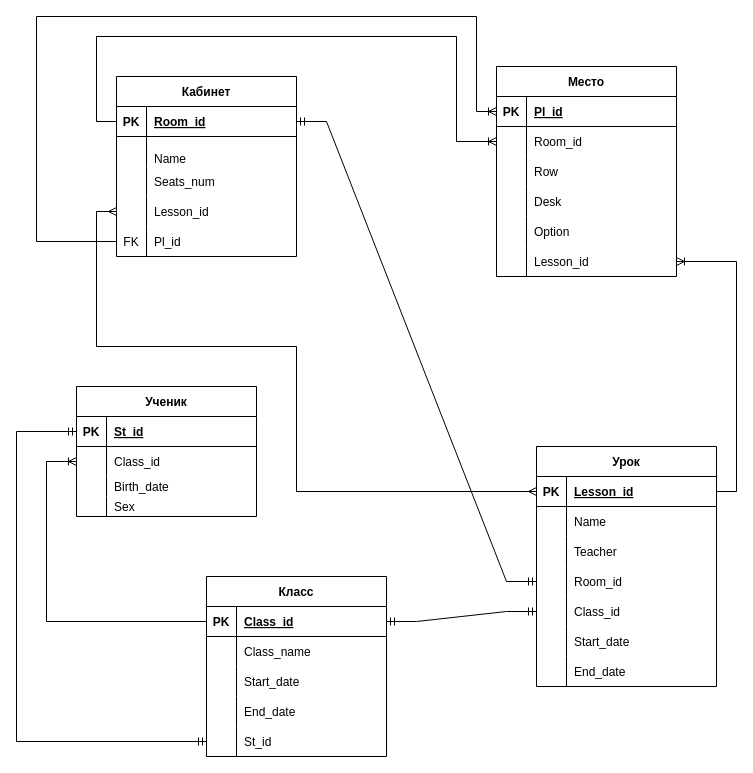
rmufazzalov/seminars keeps this draw.io diagram as Диаграмма без названия.drawio. Above is the earlier version. Source tidied: cells renumbered, new cells numbered last; positions are measured from the earlier drawing's top-left corner, leaving out a move shared by most shapes. Both pictures are drawn from the tidied source at 100%, with x=0, y=0 at pixel (16, 16).
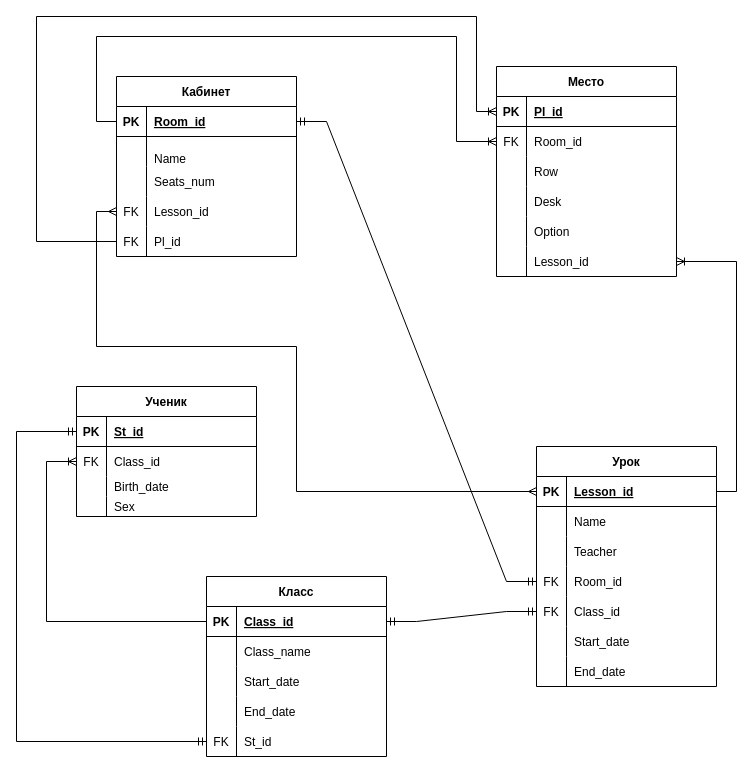
After the change.

The edit, as a diff of the source:
```diff
@@
+    <mxCell id="96" value="FK" style="shape=partialRectangle;fillColor=none;top=0;left=0;bottom=0;right=0;overflow=hidden;" parent="1" vertex="1">
+      <mxGeometry x="520" y="580" width="30" height="30" as="geometry" />
+    </mxCell>
+    <mxCell id="97" value="FK" style="shape=partialRectangle;fillColor=none;top=0;left=0;bottom=0;right=0;overflow=hidden;" parent="1" vertex="1">
+      <mxGeometry x="480" y="110" width="30" height="30" as="geometry" />
+    </mxCell>
+    <mxCell id="98" value="FK" style="shape=partialRectangle;fillColor=none;top=0;left=0;bottom=0;right=0;overflow=hidden;" parent="1" vertex="1">
+      <mxGeometry x="190" y="710" width="30" height="30" as="geometry" />
+    </mxCell>
+    <mxCell id="99" value="FK" style="shape=partialRectangle;fillColor=none;top=0;left=0;bottom=0;right=0;overflow=hidden;" parent="1" vertex="1">
+      <mxGeometry x="100" y="180" width="30" height="30" as="geometry" />
+    </mxCell>
+    <mxCell id="100" value="FK" style="shape=partialRectangle;fillColor=none;top=0;left=0;bottom=0;right=0;overflow=hidden;" parent="1" vertex="1">
+      <mxGeometry x="60" y="430" width="30" height="30" as="geometry" />
+    </mxCell>
+    <mxCell id="101" value="FK" style="shape=partialRectangle;fillColor=none;top=0;left=0;bottom=0;right=0;overflow=hidden;" parent="1" vertex="1">
+      <mxGeometry x="520" y="550" width="30" height="30" as="geometry" />
+    </mxCell>
```
